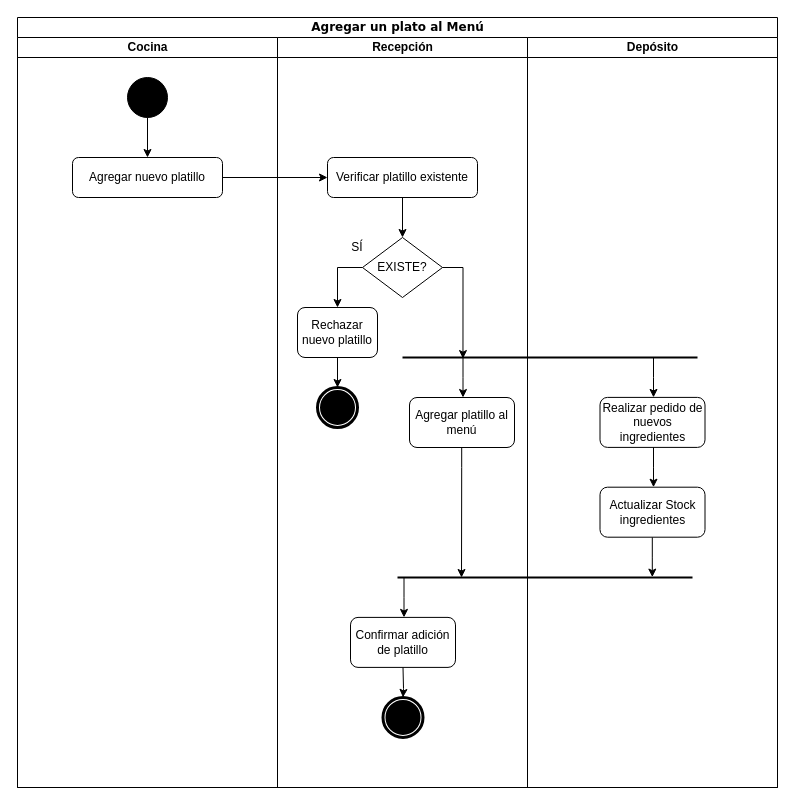
Before: TP1/diagramas/actividad/diag_act_agregar_platillo.drawio in mauro7x/aninfo, a draw.io diagram. Source tidied: cells renumbered, new cells numbered last; positions are measured from the earlier drawing's top-left corner, leaving out a move shared by most shapes. Both pictures are drawn from the tidied source at 100%, with x=0, y=0 at pixel (17, 17).
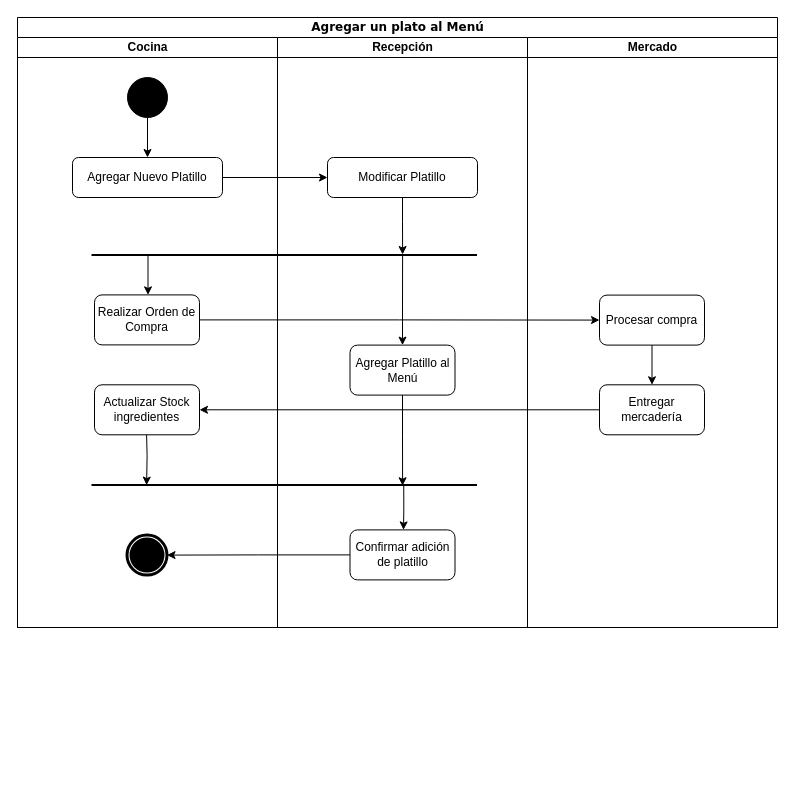
After the change.

Commit message (it also covers changes not shown here):
mis diagramas

The edit, as a diff of the source:
```diff
@@
     <mxCell id="2" value="Agregar un plato al Menú" style="swimlane;html=1;startSize=20;rounded=0;shadow=0;comic=0;labelBackgroundColor=none;strokeWidth=1;fontFamily=Verdana;fontSize=12;align=center;" parent="1" vertex="1">
-      <mxGeometry width="760" height="770" as="geometry" />
+      <mxGeometry width="760" height="610" as="geometry" />
     </mxCell>
     <mxCell id="3" value="Cocina" style="swimlane;html=1;startSize=20;" parent="2" vertex="1">
-      <mxGeometry y="20" width="260" height="750" as="geometry" />
+      <mxGeometry y="20" width="260" height="590" as="geometry" />
     </mxCell>
@@
-    <mxCell id="6" value="Agregar nuevo platillo" style="rounded=1;whiteSpace=wrap;html=1;" parent="3" vertex="1">
+    <mxCell id="6" value="Agregar Nuevo Platillo" style="rounded=1;whiteSpace=wrap;html=1;" parent="3" vertex="1">
       <mxGeometry x="55" y="120" width="150" height="40" as="geometry" />
     </mxCell>
+    <mxCell id="27" style="edgeStyle=orthogonalEdgeStyle;rounded=0;orthogonalLoop=1;jettySize=auto;html=1;exitX=0.142;exitY=0.507;exitDx=0;exitDy=0;exitPerimeter=0;" parent="3" edge="1">
+      <mxGeometry relative="1" as="geometry">
+        <mxPoint x="130.5" y="217.6" as="sourcePoint" />
+        <mxPoint x="130.5" y="257.4" as="targetPoint" />
+        <Array as="points">
+          <mxPoint x="131" y="237.4" />
+          <mxPoint x="131" y="237.4" />
+        </Array>
+      </mxGeometry>
+    </mxCell>
+    <mxCell id="25" style="edgeStyle=orthogonalEdgeStyle;rounded=0;jettySize=auto;html=1;exitX=0.142;exitY=0.507;exitDx=0;exitDy=0;exitPerimeter=0;entryX=0.143;entryY=0.5;entryDx=0;entryDy=0;entryPerimeter=0;" parent="3" edge="1" target="34">
+      <mxGeometry relative="1" as="geometry">
+        <mxPoint x="129.1" y="397.3" as="sourcePoint" />
+      </mxGeometry>
+    </mxCell>
+    <mxCell id="28" value="Actualizar Stock ingredientes" style="rounded=1;whiteSpace=wrap;html=1;" parent="3" vertex="1">
+      <mxGeometry x="77" y="347.3" width="105" height="50" as="geometry" />
+    </mxCell>
+    <mxCell id="26" value="Realizar Orden de Compra" style="rounded=1;whiteSpace=wrap;html=1;" parent="3" vertex="1">
+      <mxGeometry x="77" y="257.4" width="105" height="50" as="geometry" />
+    </mxCell>
+    <mxCell id="18" style="ellipse;html=1;shape=endState;fillColor=#000000;strokeWidth=3;" parent="3" vertex="1">
+      <mxGeometry x="109.5" y="497.6" width="40" height="40" as="geometry" />
+    </mxCell>
     <mxCell id="7" value="Recepción" style="swimlane;html=1;startSize=20;" parent="2" vertex="1">
-      <mxGeometry x="260" y="20" width="250" height="750" as="geometry" />
+      <mxGeometry x="260" y="20" width="250" height="590" as="geometry" />
     </mxCell>
-    <mxCell id="8" style="ellipse;html=1;shape=endState;fillColor=#000000;strokeWidth=3;" parent="7" vertex="1">
-      <mxGeometry x="40" y="350" width="40" height="40" as="geometry" />
-    </mxCell>
-    <mxCell id="9" value="Rechazar nuevo platillo" style="rounded=1;whiteSpace=wrap;html=1;" parent="7" vertex="1">
-      <mxGeometry x="20" y="270" width="80" height="50" as="geometry" />
-    </mxCell>
-    <mxCell id="10" value="SÍ" style="text;html=1;strokeColor=none;fillColor=none;align=center;verticalAlign=middle;whiteSpace=wrap;rounded=0;" parent="7" vertex="1">
-      <mxGeometry x="60" y="200" width="40" height="20" as="geometry" />
-    </mxCell>
-    <mxCell id="11" style="edgeStyle=orthogonalEdgeStyle;rounded=0;jettySize=auto;html=1;" parent="7" edge="1" source="9" target="8">
-      <mxGeometry relative="1" as="geometry" />
-    </mxCell>
-    <mxCell id="12" style="edgeStyle=orthogonalEdgeStyle;rounded=0;jettySize=auto;html=1;exitX=0;exitY=0.5;exitDx=0;exitDy=0;" parent="7" edge="1" source="13" target="9">
-      <mxGeometry relative="1" as="geometry" />
-    </mxCell>
-    <mxCell id="13" value="EXISTE?" style="rhombus;whiteSpace=wrap;html=1;" parent="7" vertex="1">
-      <mxGeometry x="85" y="200" width="80" height="60" as="geometry" />
-    </mxCell>
-    <mxCell id="14" style="edgeStyle=orthogonalEdgeStyle;rounded=0;jettySize=auto;html=1;" parent="7" edge="1" source="15" target="13">
-      <mxGeometry relative="1" as="geometry" />
-    </mxCell>
+    <mxCell id="33" style="edgeStyle=orthogonalEdgeStyle;rounded=0;jettySize=auto;html=1;entryX=0.807;entryY=0.47;entryDx=0;entryDy=0;entryPerimeter=0;startArrow=none;startFill=0;endArrow=classic;endFill=1;" parent="7" edge="1" source="15" target="23">
+      <mxGeometry relative="1" as="geometry" />
+    </mxCell>
-    <mxCell id="15" value="Verificar platillo existente" style="rounded=1;whiteSpace=wrap;html=1;" parent="7" vertex="1">
+    <mxCell id="15" value="Modificar Platillo" style="rounded=1;whiteSpace=wrap;html=1;" parent="7" vertex="1">
       <mxGeometry x="50" y="120" width="150" height="40" as="geometry" />
     </mxCell>
+    <mxCell id="34" style="line;strokeWidth=2;html=1;" parent="7" vertex="1">
+      <mxGeometry x="-186" y="437.6" width="385.5" height="20" as="geometry" />
+    </mxCell>
+    <mxCell id="23" style="line;strokeWidth=2;html=1;" parent="7" vertex="1">
+      <mxGeometry x="-186" y="207.6" width="385.5" height="20" as="geometry" />
+    </mxCell>
+    <mxCell id="35" style="edgeStyle=orthogonalEdgeStyle;rounded=0;jettySize=auto;html=1;entryX=0.807;entryY=0.5;entryDx=0;entryDy=0;entryPerimeter=0;endArrow=none;endFill=0;startArrow=classic;startFill=1;" parent="7" edge="1" source="20" target="23">
+      <mxGeometry relative="1" as="geometry" />
+    </mxCell>
     <mxCell id="16" value="Confirmar adición de platillo" style="rounded=1;whiteSpace=wrap;html=1;" parent="7" vertex="1">
-      <mxGeometry x="73" y="579.9" width="105" height="50" as="geometry" />
+      <mxGeometry x="72.5" y="492.4" width="105" height="50" as="geometry" />
     </mxCell>
-    <mxCell id="17" style="edgeStyle=orthogonalEdgeStyle;rounded=0;orthogonalLoop=1;jettySize=auto;html=1;exitX=0.142;exitY=0.507;exitDx=0;exitDy=0;exitPerimeter=0;" parent="7" edge="1">
+    <mxCell id="17" style="edgeStyle=orthogonalEdgeStyle;rounded=0;jettySize=auto;html=1;exitX=0.81;exitY=0.462;exitDx=0;exitDy=0;exitPerimeter=0;" parent="7" edge="1" source="34">
       <mxGeometry relative="1" as="geometry">
-        <mxPoint x="126.5" y="540" as="sourcePoint" />
-        <mxPoint x="126.5" y="579.9" as="targetPoint" />
+        <mxPoint x="126" y="492.4" as="targetPoint" />
         <Array as="points">
-          <mxPoint x="127" y="559.9" />
-          <mxPoint x="127" y="559.9" />
+          <mxPoint x="126.5" y="472.6" />
         </Array>
       </mxGeometry>
     </mxCell>
-    <mxCell id="18" style="ellipse;html=1;shape=endState;fillColor=#000000;strokeWidth=3;" parent="7" vertex="1">
-      <mxGeometry x="105.5" y="659.9" width="40" height="40" as="geometry" />
-    </mxCell>
-    <mxCell id="19" style="edgeStyle=orthogonalEdgeStyle;rounded=0;jettySize=auto;html=1;" parent="7" edge="1" target="18">
-      <mxGeometry relative="1" as="geometry">
-        <mxPoint x="125.5" y="629.9" as="sourcePoint" />
-      </mxGeometry>
-    </mxCell>
+    <mxCell id="36" style="edgeStyle=orthogonalEdgeStyle;rounded=0;jettySize=auto;html=1;entryX=0.807;entryY=0.532;entryDx=0;entryDy=0;entryPerimeter=0;startArrow=none;startFill=0;endArrow=classic;endFill=1;" parent="7" edge="1" source="20" target="34">
+      <mxGeometry relative="1" as="geometry" />
+    </mxCell>
-    <mxCell id="20" value="Agregar platillo al menú" style="rounded=1;whiteSpace=wrap;html=1;" parent="7" vertex="1">
-      <mxGeometry x="132" y="360" width="105" height="50" as="geometry" />
+    <mxCell id="20" value="Agregar Platillo al Menú" style="rounded=1;whiteSpace=wrap;html=1;" parent="7" vertex="1">
+      <mxGeometry x="72.5" y="307.6" width="105" height="50" as="geometry" />
     </mxCell>
-    <mxCell id="21" style="edgeStyle=orthogonalEdgeStyle;rounded=0;jettySize=auto;html=1;exitX=0.142;exitY=0.507;exitDx=0;exitDy=0;exitPerimeter=0;entryX=0.217;entryY=0.5;entryDx=0;entryDy=0;entryPerimeter=0;" parent="7" edge="1" target="24">
-      <mxGeometry relative="1" as="geometry">
-        <mxPoint x="184.2" y="410" as="sourcePoint" />
-        <Array as="points">
-          <mxPoint x="184" y="430" />
-        </Array>
-      </mxGeometry>
-    </mxCell>
+    <mxCell id="37" style="edgeStyle=orthogonalEdgeStyle;rounded=0;jettySize=auto;html=1;startArrow=none;startFill=0;endArrow=classic;endFill=1;" parent="2" edge="1" source="16" target="18">
+      <mxGeometry relative="1" as="geometry" />
+    </mxCell>
+    <mxCell id="38" style="edgeStyle=orthogonalEdgeStyle;rounded=0;jettySize=auto;html=1;startArrow=none;startFill=0;endArrow=classic;endFill=1;" parent="2" edge="1" source="26" target="41">
+      <mxGeometry relative="1" as="geometry" />
+    </mxCell>
+    <mxCell id="39" style="edgeStyle=orthogonalEdgeStyle;rounded=0;jettySize=auto;html=1;startArrow=none;startFill=0;endArrow=classic;endFill=1;" parent="2" edge="1" source="42" target="28">
+      <mxGeometry relative="1" as="geometry" />
+    </mxCell>
-    <mxCell id="22" value="Depósito" style="swimlane;html=1;startSize=20;" parent="2" vertex="1">
-      <mxGeometry x="510" y="20" width="250" height="750" as="geometry" />
+    <mxCell id="22" value="Mercado" style="swimlane;html=1;startSize=20;" parent="2" vertex="1">
+      <mxGeometry x="510" y="20" width="250" height="590" as="geometry" />
     </mxCell>
-    <mxCell id="23" style="line;strokeWidth=2;html=1;" parent="22" vertex="1">
-      <mxGeometry x="-125" y="310" width="295" height="20" as="geometry" />
-    </mxCell>
-    <mxCell id="24" style="line;strokeWidth=2;html=1;" parent="22" vertex="1">
-      <mxGeometry x="-130" y="530" width="295" height="20" as="geometry" />
-    </mxCell>
-    <mxCell id="25" style="edgeStyle=orthogonalEdgeStyle;rounded=0;orthogonalLoop=1;jettySize=auto;html=1;exitX=0.142;exitY=0.507;exitDx=0;exitDy=0;exitPerimeter=0;" parent="22" edge="1">
-      <mxGeometry relative="1" as="geometry">
-        <mxPoint x="124.8" y="499.7" as="sourcePoint" />
-        <mxPoint x="124.8" y="539.6" as="targetPoint" />
-        <Array as="points">
-          <mxPoint x="125.3" y="519.6" />
-          <mxPoint x="125.3" y="519.6" />
-        </Array>
-      </mxGeometry>
-    </mxCell>
-    <mxCell id="26" value="Realizar pedido de nuevos ingredientes" style="rounded=1;whiteSpace=wrap;html=1;" parent="22" vertex="1">
-      <mxGeometry x="72.5" y="359.9" width="105" height="50" as="geometry" />
-    </mxCell>
-    <mxCell id="27" style="edgeStyle=orthogonalEdgeStyle;rounded=0;orthogonalLoop=1;jettySize=auto;html=1;exitX=0.142;exitY=0.507;exitDx=0;exitDy=0;exitPerimeter=0;" parent="22" edge="1">
-      <mxGeometry relative="1" as="geometry">
-        <mxPoint x="126" y="320" as="sourcePoint" />
-        <mxPoint x="126" y="359.9" as="targetPoint" />
-        <Array as="points">
-          <mxPoint x="126.5" y="339.9" />
-          <mxPoint x="126.5" y="339.9" />
-        </Array>
-      </mxGeometry>
-    </mxCell>
-    <mxCell id="28" value="Actualizar Stock ingredientes" style="rounded=1;whiteSpace=wrap;html=1;" parent="22" vertex="1">
-      <mxGeometry x="72.5" y="449.7" width="105" height="50" as="geometry" />
-    </mxCell>
-    <mxCell id="29" style="edgeStyle=orthogonalEdgeStyle;rounded=0;orthogonalLoop=1;jettySize=auto;html=1;exitX=0.142;exitY=0.507;exitDx=0;exitDy=0;exitPerimeter=0;" parent="22" edge="1">
-      <mxGeometry relative="1" as="geometry">
-        <mxPoint x="126" y="409.9" as="sourcePoint" />
-        <mxPoint x="126" y="449.7" as="targetPoint" />
-        <Array as="points">
-          <mxPoint x="126.5" y="429.7" />
-          <mxPoint x="126.5" y="429.7" />
-        </Array>
-      </mxGeometry>
-    </mxCell>
+    <mxCell id="40" style="edgeStyle=orthogonalEdgeStyle;rounded=0;jettySize=auto;html=1;startArrow=none;startFill=0;endArrow=classic;endFill=1;" parent="22" edge="1" source="41" target="42">
+      <mxGeometry relative="1" as="geometry" />
+    </mxCell>
+    <mxCell id="41" value="Procesar compra" style="rounded=1;whiteSpace=wrap;html=1;" parent="22" vertex="1">
+      <mxGeometry x="72" y="257.6" width="105" height="50" as="geometry" />
+    </mxCell>
+    <mxCell id="42" value="Entregar mercadería" style="rounded=1;whiteSpace=wrap;html=1;" parent="22" vertex="1">
+      <mxGeometry x="72" y="347.3" width="105" height="50" as="geometry" />
+    </mxCell>
@@
-    <mxCell id="31" style="edgeStyle=orthogonalEdgeStyle;rounded=0;orthogonalLoop=1;jettySize=auto;html=1;exitX=0.142;exitY=0.507;exitDx=0;exitDy=0;exitPerimeter=0;" parent="2" edge="1">
-      <mxGeometry relative="1" as="geometry">
-        <mxPoint x="445.5" y="340.1" as="sourcePoint" />
-        <mxPoint x="445.5" y="380" as="targetPoint" />
-        <Array as="points">
-          <mxPoint x="446" y="360" />
-          <mxPoint x="446" y="360" />
-        </Array>
-      </mxGeometry>
-    </mxCell>
-    <mxCell id="32" style="edgeStyle=orthogonalEdgeStyle;rounded=0;jettySize=auto;html=1;exitX=1;exitY=0.5;exitDx=0;exitDy=0;entryX=0.205;entryY=0.553;entryDx=0;entryDy=0;entryPerimeter=0;" parent="2" edge="1" source="13" target="23">
-      <mxGeometry relative="1" as="geometry" />
-    </mxCell>
```
